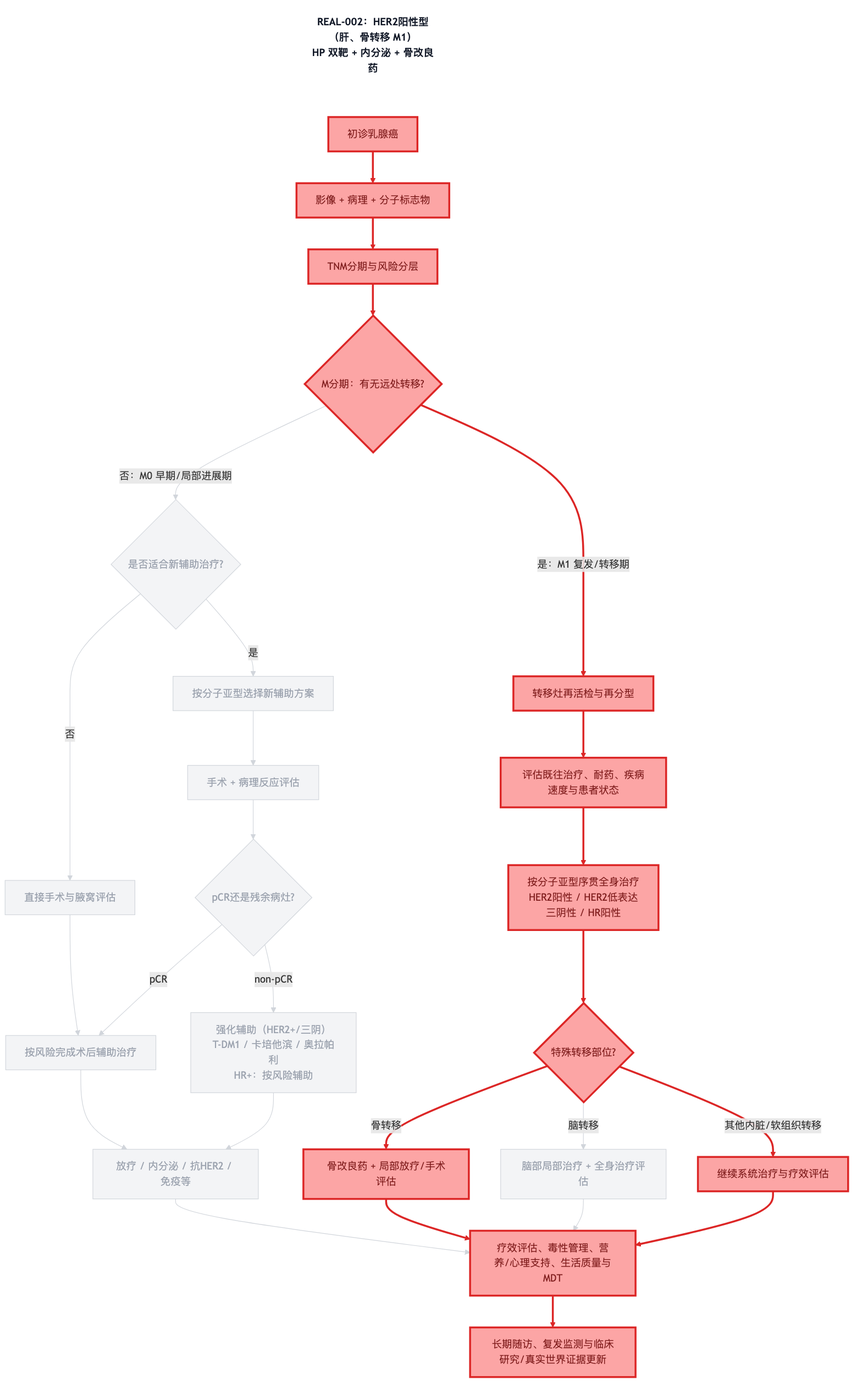
This is diagrams/decision-chain-REAL-002.png from dongjb741280/breast-cancer, a Mermaid export, as it was before one commit. Its source is kept beside it as diagrams/decision-chain-REAL-002.mmd.
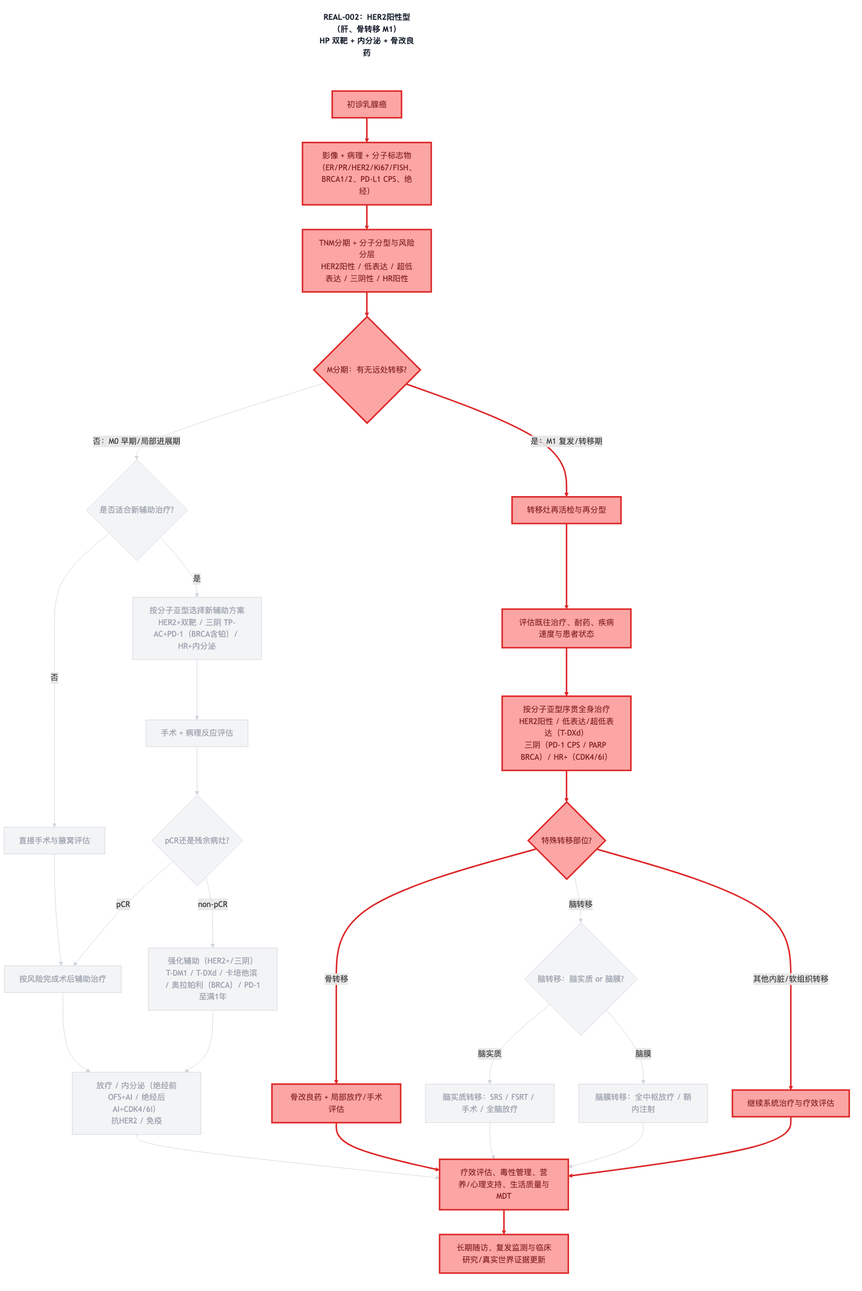
The same file after the commit.

Change to the diagram source:
```diff
@@ -1,23 +1,25 @@
 graph TD
     TITLE["REAL-002：HER2阳性型（肝、骨转移 M1）<br/>HP 双靶 + 内分泌 + 骨改良药"]
     A[初诊乳腺癌]
-    B[影像 + 病理 + 分子标志物]
-    C[TNM分期与风险分层]
+    B[影像 + 病理 + 分子标志物<br/>（ER/PR/HER2/Ki67/FISH、BRCA1/2、PD-L1 CPS、绝经）]
+    C[TNM分期 + 分子分型与风险分层<br/>HER2阳性 / 低表达 / 超低表达 / 三阴性 / HR阳性]
     D{M分期：有无远处转移?}
     E{是否适合新辅助治疗?}
-    F[按分子亚型选择新辅助方案]
+    F[按分子亚型选择新辅助方案<br/>HER2+双靶 / 三阴 TP-AC+PD-1（BRCA含铂）/ HR+内分泌]
     G[直接手术与腋窝评估]
     H[手术 + 病理反应评估]
     I{pCR还是残余病灶?}
     J[按风险完成术后辅助治疗]
-    K[强化辅助（HER2+/三阴）<br/>T-DM1 / 卡培他滨 / 奥拉帕利<br/>HR+：按风险辅助]
-    L[放疗 / 内分泌 / 抗HER2 / 免疫等]
+    K[强化辅助（HER2+/三阴）<br/>T-DM1 / T-DXd / 卡培他滨 / 奥拉帕利（BRCA）/ PD-1至满1年]
+    L[放疗 / 内分泌（绝经前OFS+AI / 绝经后AI+CDK4/6i）<br/>抗HER2 / 免疫]
     M[转移灶再活检与再分型]
     N[评估既往治疗、耐药、疾病速度与患者状态]
-    O[按分子亚型序贯全身治疗<br/>HER2阳性 / HER2低表达<br/>三阴性 / HR阳性]
+    O[按分子亚型序贯全身治疗<br/>HER2阳性 / 低表达/超低表达（T-DXd）<br/>三阴（PD-1 CPS / PARP BRCA）/ HR+（CDK4/6i）]
     P{特殊转移部位?}
     Q[骨改良药 + 局部放疗/手术评估]
-    R[脑部局部治疗 + 全身治疗评估]
+    R{脑转移：脑实质 or 脑膜?}
+    R1[脑实质转移：SRS / FSRT / 手术 / 全脑放疗]
+    R2[脑膜转移：全中枢放疗 / 鞘内注射]
     S[继续系统治疗与疗效评估]
     T[疗效评估、毒性管理、营养/心理支持、生活质量与MDT]
     U[长期随访、复发监测与临床研究/真实世界证据更新]
@@ -41,9 +43,12 @@
     P -->|骨转移| Q
     P -->|脑转移| R
     P -->|其他内脏/软组织转移| S
+    R -->|脑实质| R1
+    R -->|脑膜| R2
     L --> T
     Q --> T
-    R --> T
+    R1 --> T
+    R2 --> T
     S --> T
     T --> U
     TITLE ~~~ A
@@ -69,6 +74,8 @@
     class P path;
     class Q path;
     class R dim;
+    class R1 dim;
+    class R2 dim;
     class S path;
     class T path;
     class U path;
@@ -93,7 +100,10 @@
     linkStyle 18 stroke:#d1d5db,stroke-width:1px;
     linkStyle 19 stroke:#dc2626,stroke-width:3px;
     linkStyle 20 stroke:#d1d5db,stroke-width:1px;
-    linkStyle 21 stroke:#dc2626,stroke-width:3px;
+    linkStyle 21 stroke:#d1d5db,stroke-width:1px;
     linkStyle 22 stroke:#d1d5db,stroke-width:1px;
     linkStyle 23 stroke:#dc2626,stroke-width:3px;
-    linkStyle 24 stroke:#dc2626,stroke-width:3px;
+    linkStyle 24 stroke:#d1d5db,stroke-width:1px;
+    linkStyle 25 stroke:#d1d5db,stroke-width:1px;
+    linkStyle 26 stroke:#dc2626,stroke-width:3px;
+    linkStyle 27 stroke:#dc2626,stroke-width:3px;
```
